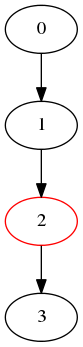
This is sandbox/time_tmp.png from PioBeat/ctl_logic, a Graphviz export, as it was before one commit. Its source is kept beside it as sandbox/time_tmp.dot. The source it was exported from:
```dot
digraph {
  0 -> 1 -> 2 -> 3;
2[color=red];
}
```
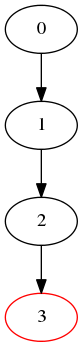
Later version of the same file.

What changed in the source:
```diff
@@ -1,4 +1,4 @@
 digraph {
   0 -> 1 -> 2 -> 3;
-2[color=red];
+3[color=red];
 }
```
